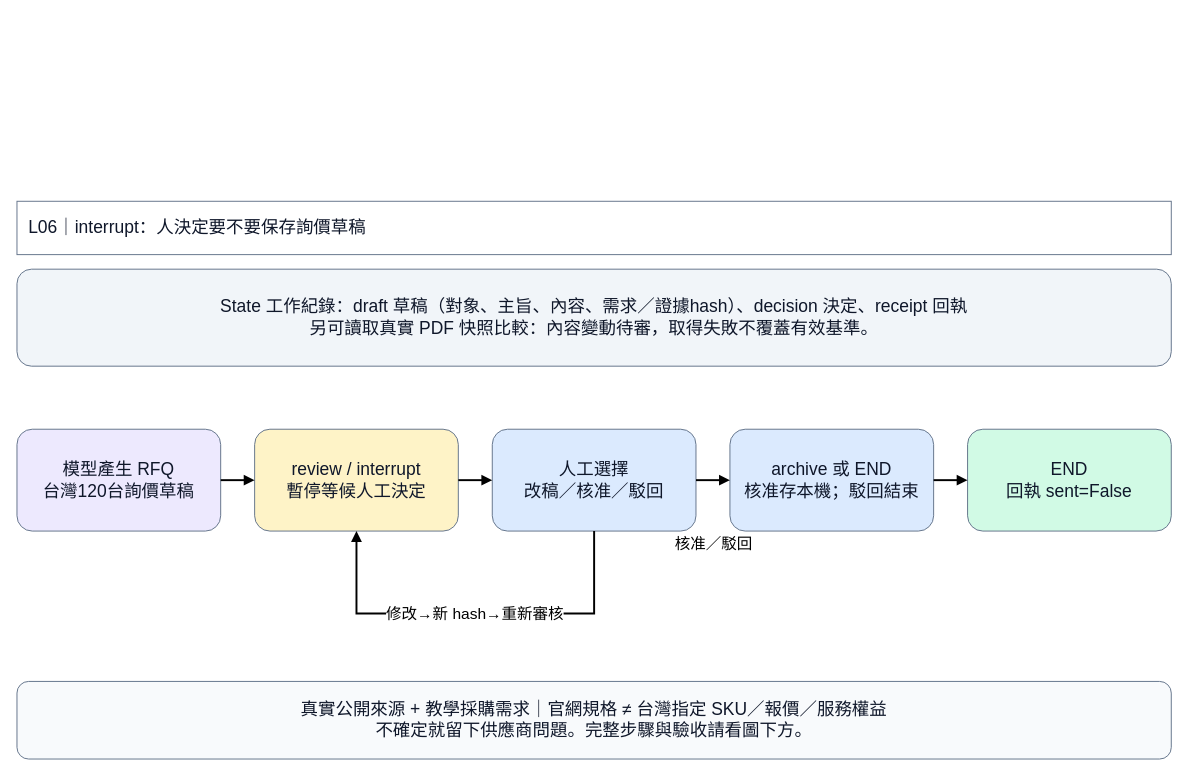
Earlier version of the draw.io diagram workshop_20261105/day2/assets/06_review.drawio (ywchiu/hp_agent). Source tidied: cells renumbered, new cells numbered last; positions are measured from the earlier drawing's top-left corner, leaving out a move shared by most shapes. Both pictures are drawn from the tidied source at 97%, with x=0, y=0 at pixel (16, 201).
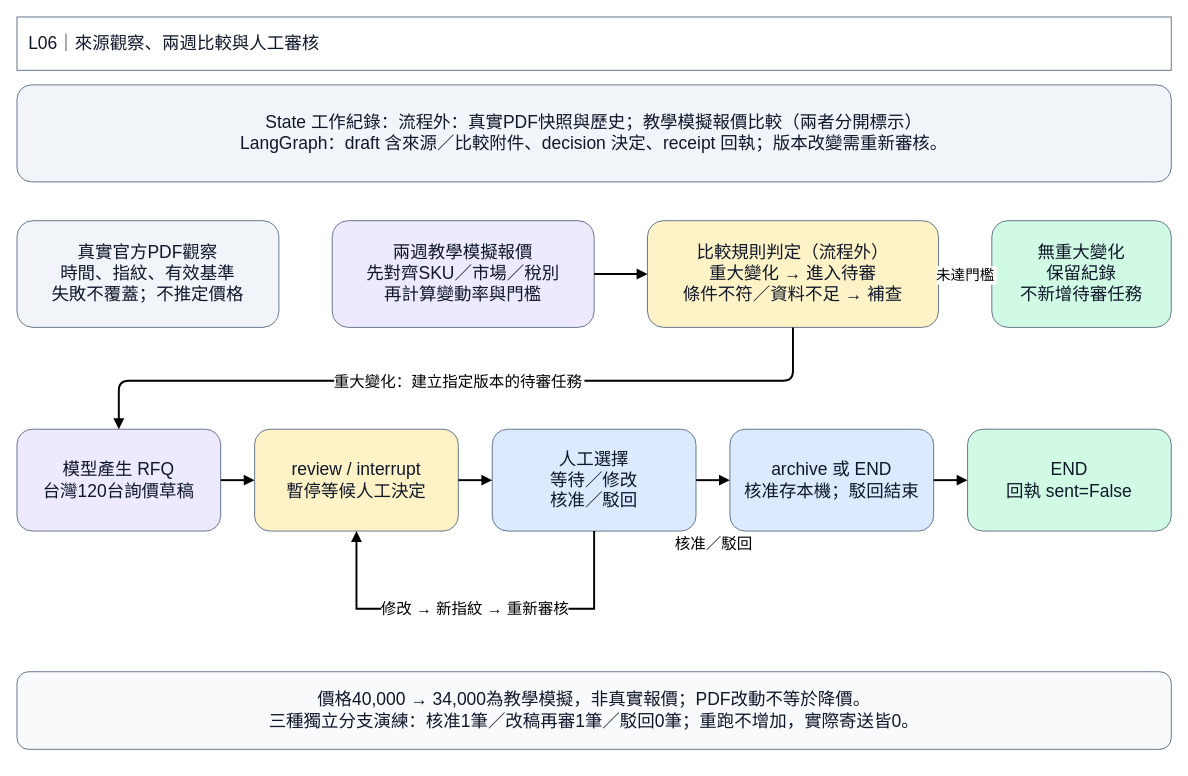
The same page after the edit.

Unchanged cells that the change refers to:
```xml
<mxCell id="4" value="模型產生 RFQ&#10;台灣120台詢價草稿" style="rounded=1;whiteSpace=wrap;html=1;fillColor=#EDE9FE;strokeColor=#64748B;fontColor=#0F172A;fontFamily=PingFang TC;fontSize=18;spacing=12;" parent="1" vertex="1">
  <mxGeometry y="235" width="210" height="105" as="geometry" />
</mxCell>
<mxCell id="5" value="review / interrupt&#10;暫停等候人工決定" style="rounded=1;whiteSpace=wrap;html=1;fillColor=#FEF3C7;strokeColor=#64748B;fontColor=#0F172A;fontFamily=PingFang TC;fontSize=18;spacing=12;" parent="1" vertex="1">
  <mxGeometry x="245" y="235" width="210" height="105" as="geometry" />
</mxCell>
```

What changed in the source:
```diff
@@
-    <mxCell id="2" value="L06｜interrupt：人決定要不要保存詢價草稿" style="text;strokeColor=none;whiteSpace=wrap;html=1;fillColor=#FFFFFF;strokeColor=#64748B;fontColor=#0F172A;fontFamily=PingFang TC;fontSize=18;spacing=12;" parent="1" vertex="1">
-      <mxGeometry width="1190" height="55" as="geometry" />
+    <mxCell id="2" value="L06｜來源觀察、兩週比較與人工審核" style="text;strokeColor=none;whiteSpace=wrap;html=1;fillColor=#FFFFFF;strokeColor=#64748B;fontColor=#0F172A;fontFamily=PingFang TC;fontSize=18;spacing=12;" parent="1" vertex="1">
+      <mxGeometry y="-190" width="1190" height="55" as="geometry" />
     </mxCell>
-    <mxCell id="3" value="State 工作紀錄：draft 草稿（對象、主旨、內容、需求／證據hash）、decision 決定、receipt 回執&#10;另可讀取真實 PDF 快照比較：內容變動待審，取得失敗不覆蓋有效基準。" style="rounded=1;whiteSpace=wrap;html=1;fillColor=#F1F5F9;strokeColor=#64748B;fontColor=#0F172A;fontFamily=PingFang TC;fontSize=18;spacing=12;" parent="1" vertex="1">
-      <mxGeometry y="70" width="1190" height="100" as="geometry" />
+    <mxCell id="3" value="State 工作紀錄：流程外：真實PDF快照與歷史；教學模擬報價比較（兩者分開標示）&#10;LangGraph：draft 含來源／比較附件、decision 決定、receipt 回執；版本改變需重新審核。" style="rounded=1;whiteSpace=wrap;html=1;fillColor=#F1F5F9;strokeColor=#64748B;fontColor=#0F172A;fontFamily=PingFang TC;fontSize=18;spacing=12;" parent="1" vertex="1">
+      <mxGeometry y="-120" width="1190" height="100" as="geometry" />
     </mxCell>
@@
-    <mxCell id="6" value="人工選擇&#10;改稿／核准／駁回" style="rounded=1;whiteSpace=wrap;html=1;fillColor=#DBEAFE;strokeColor=#64748B;fontColor=#0F172A;fontFamily=PingFang TC;fontSize=18;spacing=12;" parent="1" vertex="1">
+    <mxCell id="6" value="人工選擇&#10;等待／修改&#10;核准／駁回" style="rounded=1;whiteSpace=wrap;html=1;fillColor=#DBEAFE;strokeColor=#64748B;fontColor=#0F172A;fontFamily=PingFang TC;fontSize=18;spacing=12;" parent="1" vertex="1">
       <mxGeometry x="490" y="235" width="210" height="105" as="geometry" />
     </mxCell>
@@
-    <mxCell id="13" value="修改→新 hash→重新審核" style="edgeStyle=orthogonalEdgeStyle;rounded=0;html=1;endArrow=block;strokeWidth=2;fontFamily=PingFang TC;fontSize=16;labelBackgroundColor=#FFFFFF;exitX=0.5;exitY=1;entryX=0.5;entryY=1;" parent="1" edge="1" source="6" target="5">
+    <mxCell id="13" value="修改 → 新指紋 → 重新審核" style="edgeStyle=orthogonalEdgeStyle;rounded=0;html=1;endArrow=block;strokeWidth=2;fontFamily=PingFang TC;fontSize=16;labelBackgroundColor=#FFFFFF;exitX=0.5;exitY=1;entryX=0.5;entryY=1;" parent="1" edge="1" source="6" target="5">
       <mxGeometry relative="1" as="geometry">
         <Array as="points">
-          <mxPoint x="595" y="425" />
-          <mxPoint x="350" y="425" />
+          <mxPoint x="595" y="420" />
+          <mxPoint x="350" y="420" />
         </Array>
       </mxGeometry>
     </mxCell>
-    <mxCell id="14" value="真實公開來源 + 教學採購需求｜官網規格 ≠ 台灣指定 SKU／報價／服務權益&#10;不確定就留下供應商問題。完整步驟與驗收請看圖下方。" style="rounded=1;whiteSpace=wrap;html=1;fillColor=#F8FAFC;strokeColor=#64748B;fontColor=#0F172A;fontFamily=PingFang TC;fontSize=18;spacing=12;" parent="1" vertex="1">
-      <mxGeometry y="495" width="1190" height="80" as="geometry" />
+    <mxCell id="14" value="價格40,000 → 34,000為教學模擬，非真實報價；PDF改動不等於降價。&#10;三種獨立分支演練：核准1筆／改稿再審1筆／駁回0筆；重跑不增加，實際寄送皆0。" style="rounded=1;whiteSpace=wrap;html=1;fillColor=#F8FAFC;strokeColor=#64748B;fontColor=#0F172A;fontFamily=PingFang TC;fontSize=18;spacing=12;" parent="1" vertex="1">
+      <mxGeometry y="485" width="1190" height="80" as="geometry" />
     </mxCell>
+    <mxCell id="15" value="真實官方PDF觀察&#10;時間、指紋、有效基準&#10;失敗不覆蓋；不推定價格" style="rounded=1;whiteSpace=wrap;html=1;fillColor=#F1F5F9;strokeColor=#64748B;fontColor=#0F172A;fontFamily=PingFang TC;fontSize=18;spacing=12;" parent="1" vertex="1">
+      <mxGeometry y="20" width="270" height="110" as="geometry" />
+    </mxCell>
+    <mxCell id="16" value="兩週教學模擬報價&#10;先對齊SKU／市場／稅別&#10;再計算變動率與門檻" style="rounded=1;whiteSpace=wrap;html=1;fillColor=#EDE9FE;strokeColor=#64748B;fontColor=#0F172A;fontFamily=PingFang TC;fontSize=18;spacing=12;" parent="1" vertex="1">
+      <mxGeometry x="325" y="20" width="270" height="110" as="geometry" />
+    </mxCell>
+    <mxCell id="17" value="比較規則判定（流程外）&#10;重大變化 → 進入待審&#10;條件不符／資料不足 → 補查" style="rounded=1;whiteSpace=wrap;html=1;fillColor=#FEF3C7;strokeColor=#64748B;fontColor=#0F172A;fontFamily=PingFang TC;fontSize=18;spacing=12;" parent="1" vertex="1">
+      <mxGeometry x="650" y="20" width="300" height="110" as="geometry" />
+    </mxCell>
+    <mxCell id="18" value="無重大變化&#10;保留紀錄&#10;不新增待審任務" style="rounded=1;whiteSpace=wrap;html=1;fillColor=#D1FAE5;strokeColor=#64748B;fontColor=#0F172A;fontFamily=PingFang TC;fontSize=18;spacing=12;" parent="1" vertex="1">
+      <mxGeometry x="1005" y="20" width="185" height="110" as="geometry" />
+    </mxCell>
+    <mxCell id="19" style="edgeStyle=orthogonalEdgeStyle;endArrow=block;strokeWidth=2;fontFamily=PingFang TC;fontSize=15;labelBackgroundColor=#FFFFFF;" parent="1" edge="1" source="16" target="17">
+      <mxGeometry relative="1" as="geometry" />
+    </mxCell>
+    <mxCell id="20" value="未達門檻" style="edgeStyle=orthogonalEdgeStyle;endArrow=block;strokeWidth=2;fontFamily=PingFang TC;fontSize=15;labelBackgroundColor=#FFFFFF;" parent="1" edge="1" source="17" target="18">
+      <mxGeometry relative="1" as="geometry" />
+    </mxCell>
+    <mxCell id="21" value="重大變化：建立指定版本的待審任務" style="edgeStyle=orthogonalEdgeStyle;endArrow=block;strokeWidth=2;exitX=0.5;exitY=1;entryX=0.5;entryY=0;fontFamily=PingFang TC;fontSize=16;labelBackgroundColor=#FFFFFF;" parent="1" edge="1" source="17" target="4">
+      <mxGeometry relative="1" as="geometry">
+        <Array as="points">
+          <mxPoint x="800" y="185" />
+          <mxPoint x="105" y="185" />
+        </Array>
+      </mxGeometry>
+    </mxCell>
```
